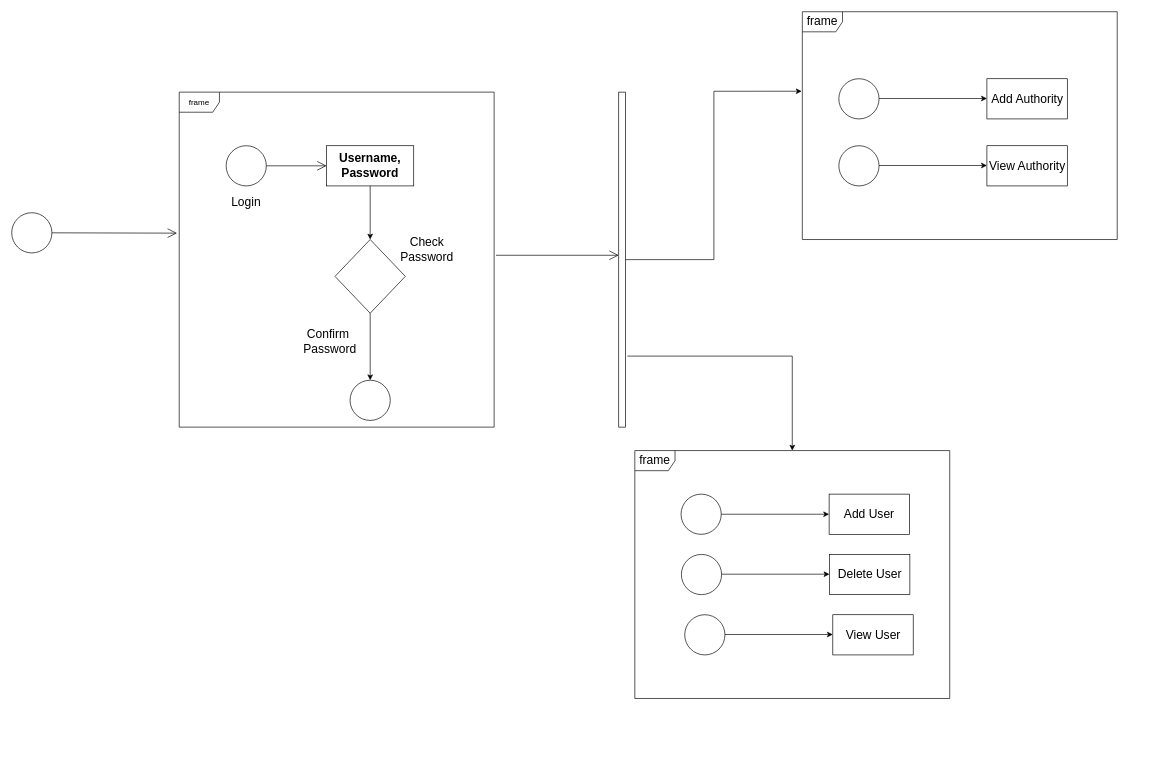
ShashwatG591/npds keeps this draw.io diagram as Admin-state-diagram.drawio.xml. Above is the earlier version. Source tidied: cells renumbered, new cells numbered last; positions are measured from the earlier drawing's top-left corner, leaving out a move shared by most shapes. Both pictures are drawn from the tidied source at 67%, with x=0, y=0 at pixel (11, 11).
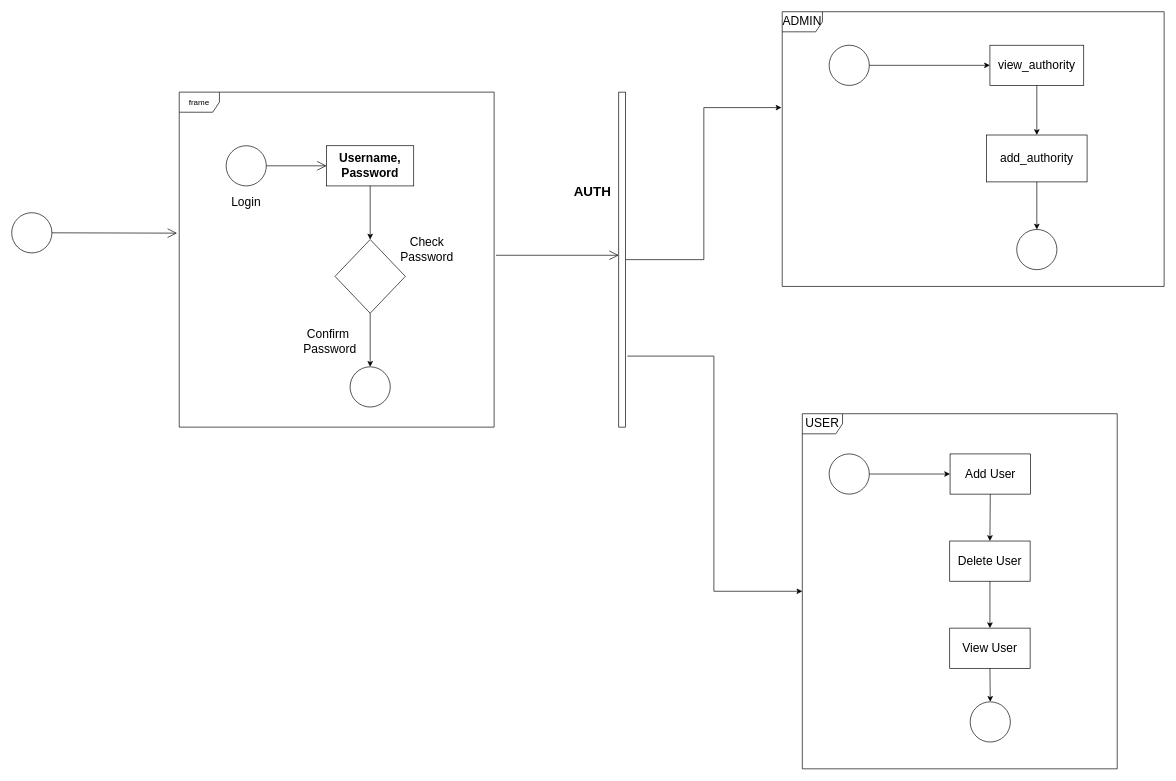
Above is the later version.

The edit, as a diff of the source:
```diff
@@
     <mxCell id="12" style="ellipse;whiteSpace=wrap;html=1;" parent="1" vertex="1">
-      <mxGeometry x="505" y="550" width="60" height="60" as="geometry" />
+      <mxGeometry x="505" y="530" width="60" height="60" as="geometry" />
     </mxCell>
@@
-    <mxCell id="19" value="frame" style="shape=umlFrame;whiteSpace=wrap;html=1;fontSize=18;" parent="1" vertex="1">
-      <mxGeometry x="930" y="655" width="470" height="370" as="geometry" />
+    <mxCell id="19" value="USER" style="shape=umlFrame;whiteSpace=wrap;html=1;fontSize=18;" parent="1" vertex="1">
+      <mxGeometry x="1180" y="600" width="470" height="530" as="geometry" />
     </mxCell>
     <mxCell id="20" style="ellipse;whiteSpace=wrap;html=1;" parent="1" vertex="1">
-      <mxGeometry x="999" y="720" width="60" height="60" as="geometry" />
+      <mxGeometry x="1220" y="660" width="60" height="60" as="geometry" />
     </mxCell>
@@
     <mxCell id="22" value="Add User" style="rounded=0;whiteSpace=wrap;html=1;fontSize=18;" parent="1" vertex="1">
-      <mxGeometry x="1220" y="720" width="120" height="60" as="geometry" />
+      <mxGeometry x="1400.5" y="660" width="120" height="60" as="geometry" />
     </mxCell>
     <mxCell id="23" value="Delete User" style="rounded=0;whiteSpace=wrap;html=1;fontSize=18;" parent="1" vertex="1">
-      <mxGeometry x="1220.5" y="810" width="120" height="60" as="geometry" />
+      <mxGeometry x="1400" y="790" width="120" height="60" as="geometry" />
     </mxCell>
     <mxCell id="24" value="View User" style="rounded=0;whiteSpace=wrap;html=1;fontSize=18;" parent="1" vertex="1">
-      <mxGeometry x="1225.5" y="900" width="120" height="60" as="geometry" />
+      <mxGeometry x="1400" y="920" width="120" height="60" as="geometry" />
     </mxCell>
     <mxCell id="25" style="ellipse;whiteSpace=wrap;html=1;" parent="1" vertex="1">
-      <mxGeometry x="999.5" y="810" width="60" height="60" as="geometry" />
+      <mxGeometry x="1430.5" y="1030" width="60" height="60" as="geometry" />
     </mxCell>
-    <mxCell id="26" style="endArrow=classic;html=1;rounded=0;fontSize=18;entryX=0;entryY=0.5;entryDx=0;entryDy=0;exitX=1;exitY=0.5;exitDx=0;exitDy=0;" parent="1" edge="1">
-      <mxGeometry relative="1" as="geometry">
-        <mxPoint x="1059.5" y="839.5" as="sourcePoint" />
-        <mxPoint x="1220.5" y="839.5" as="targetPoint" />
-      </mxGeometry>
+    <mxCell id="26" style="endArrow=classic;html=1;rounded=0;fontSize=18;entryX=0.5;entryY=0;entryDx=0;entryDy=0;exitX=0.5;exitY=1;exitDx=0;exitDy=0;" parent="1" edge="1" source="22" target="23">
+      <mxGeometry relative="1" as="geometry" />
     </mxCell>
-    <mxCell id="27" style="ellipse;whiteSpace=wrap;html=1;" parent="1" vertex="1">
-      <mxGeometry x="1004.5" y="900" width="60" height="60" as="geometry" />
-    </mxCell>
-    <mxCell id="28" style="endArrow=classic;html=1;rounded=0;fontSize=18;entryX=0;entryY=0.5;entryDx=0;entryDy=0;exitX=1;exitY=0.5;exitDx=0;exitDy=0;" parent="1" edge="1">
-      <mxGeometry relative="1" as="geometry">
-        <mxPoint x="1064.5" y="929.5" as="sourcePoint" />
-        <mxPoint x="1225.5" y="929.5" as="targetPoint" />
-      </mxGeometry>
+    <mxCell id="28" style="endArrow=classic;html=1;rounded=0;fontSize=18;entryX=0.5;entryY=0;entryDx=0;entryDy=0;exitX=0.5;exitY=1;exitDx=0;exitDy=0;" parent="1" edge="1" source="23" target="24">
+      <mxGeometry relative="1" as="geometry" />
     </mxCell>
-    <mxCell id="29" value="View Authority" style="rounded=0;whiteSpace=wrap;html=1;fontSize=18;" parent="1" vertex="1">
-      <mxGeometry x="1455.5" y="200" width="120" height="60" as="geometry" />
+    <mxCell id="29" value="view_authority" style="rounded=0;whiteSpace=wrap;html=1;fontSize=18;" parent="1" vertex="1">
+      <mxGeometry x="1460" y="50" width="140" height="60" as="geometry" />
     </mxCell>
     <mxCell id="30" style="ellipse;whiteSpace=wrap;html=1;" parent="1" vertex="1">
-      <mxGeometry x="1234.5" y="200" width="60" height="60" as="geometry" />
+      <mxGeometry x="1220" y="50" width="60" height="60" as="geometry" />
     </mxCell>
-    <mxCell id="31" style="endArrow=classic;html=1;rounded=0;fontSize=18;entryX=0;entryY=0.5;entryDx=0;entryDy=0;exitX=1;exitY=0.5;exitDx=0;exitDy=0;" parent="1" edge="1">
-      <mxGeometry relative="1" as="geometry">
-        <mxPoint x="1294.5" y="229.5" as="sourcePoint" />
-        <mxPoint x="1455.5" y="229.5" as="targetPoint" />
-      </mxGeometry>
+    <mxCell id="31" style="endArrow=classic;html=1;rounded=0;fontSize=18;entryX=0;entryY=0.5;entryDx=0;entryDy=0;exitX=1;exitY=0.5;exitDx=0;exitDy=0;" parent="1" edge="1" source="30" target="29">
+      <mxGeometry relative="1" as="geometry" />
     </mxCell>
-    <mxCell id="32" value="Add Authority" style="rounded=0;whiteSpace=wrap;html=1;fontSize=18;" parent="1" vertex="1">
-      <mxGeometry x="1455.5" y="100" width="120" height="60" as="geometry" />
+    <mxCell id="32" value="add_authority" style="rounded=0;whiteSpace=wrap;html=1;fontSize=18;" parent="1" vertex="1">
+      <mxGeometry x="1455" y="184" width="150" height="70" as="geometry" />
     </mxCell>
-    <mxCell id="33" style="ellipse;whiteSpace=wrap;html=1;" parent="1" vertex="1">
-      <mxGeometry x="1234.5" y="100" width="60" height="60" as="geometry" />
-    </mxCell>
-    <mxCell id="34" style="endArrow=classic;html=1;rounded=0;fontSize=18;entryX=0;entryY=0.5;entryDx=0;entryDy=0;exitX=1;exitY=0.5;exitDx=0;exitDy=0;" parent="1" edge="1">
-      <mxGeometry relative="1" as="geometry">
-        <mxPoint x="1294.5" y="129.5" as="sourcePoint" />
-        <mxPoint x="1455.5" y="129.5" as="targetPoint" />
-      </mxGeometry>
+    <mxCell id="34" style="endArrow=classic;html=1;rounded=0;fontSize=18;entryX=0.5;entryY=0;entryDx=0;entryDy=0;" parent="1" edge="1" source="29" target="32">
+      <mxGeometry relative="1" as="geometry" />
     </mxCell>
-    <mxCell id="35" value="frame" style="shape=umlFrame;whiteSpace=wrap;html=1;fontSize=18;" parent="1" vertex="1">
-      <mxGeometry x="1180" width="470" height="340" as="geometry" />
+    <mxCell id="35" value="ADMIN" style="shape=umlFrame;whiteSpace=wrap;html=1;fontSize=18;" parent="1" vertex="1">
+      <mxGeometry x="1150" width="570" height="410" as="geometry" />
     </mxCell>
+    <mxCell id="36" value="AUTH" style="text;align=center;fontStyle=1;verticalAlign=middle;spacingLeft=3;spacingRight=3;strokeColor=none;fontSize=20;" parent="1" vertex="1">
+      <mxGeometry x="790" y="234" width="154" height="66" as="geometry" />
+    </mxCell>
+    <mxCell id="37" style="ellipse;whiteSpace=wrap;html=1;" parent="1" vertex="1">
+      <mxGeometry x="1500" y="325" width="60" height="60" as="geometry" />
+    </mxCell>
+    <mxCell id="38" style="endArrow=classic;html=1;rounded=0;fontSize=18;entryX=0.5;entryY=0;entryDx=0;entryDy=0;exitX=0.5;exitY=1;exitDx=0;exitDy=0;" parent="1" edge="1" source="32" target="37">
+      <mxGeometry relative="1" as="geometry" />
+    </mxCell>
+    <mxCell id="39" style="endArrow=classic;html=1;rounded=0;fontSize=18;entryX=0.5;entryY=0;entryDx=0;entryDy=0;exitX=0.5;exitY=1;exitDx=0;exitDy=0;" parent="1" edge="1" source="24" target="25">
+      <mxGeometry relative="1" as="geometry" />
+    </mxCell>
```
